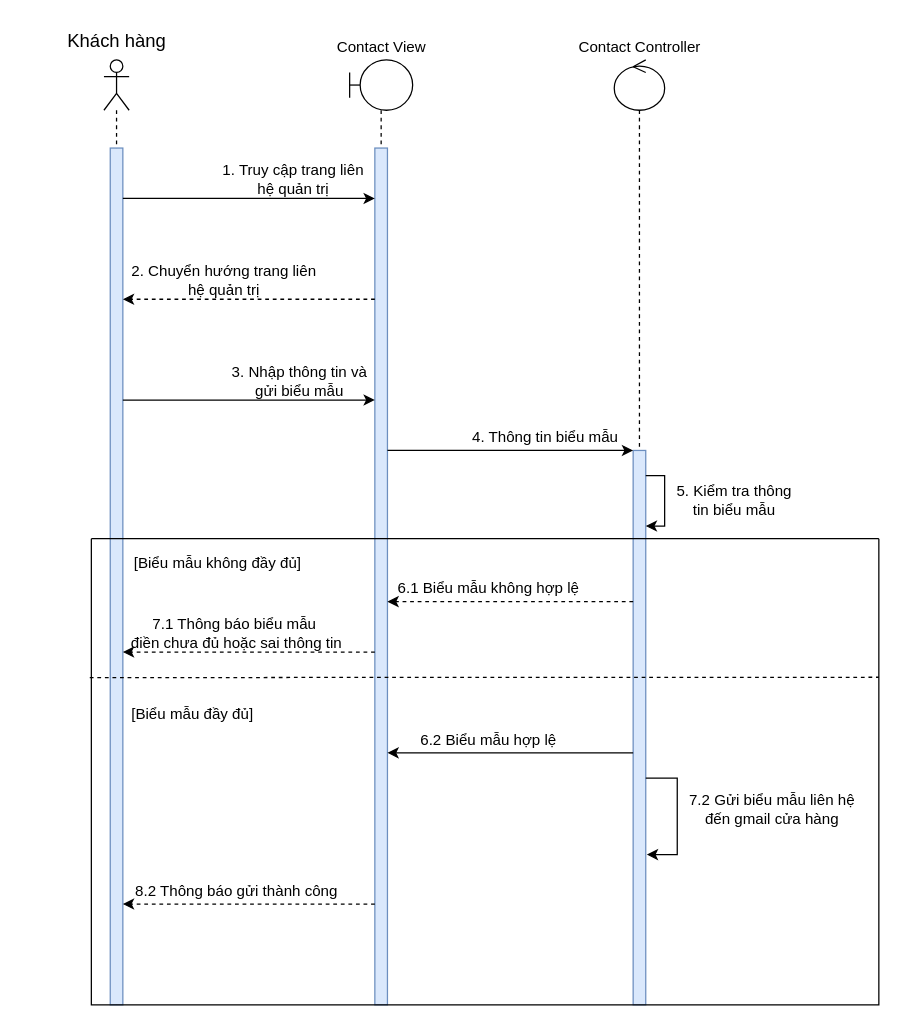
The draw.io diagram Nam3_HK1/CNPM_SoftTech/Sequence Diagrams/Linh Quân/SD_LiênHệQuảnTrị.drawio in EdgarIgnite16/SGU-Course, before the edit. Source tidied: cells renumbered, new cells numbered last; positions are measured from the earlier drawing's top-left corner, leaving out a move shared by most shapes. Both pictures are drawn from the tidied source at 126%, with x=0, y=0 at pixel (59, 21).
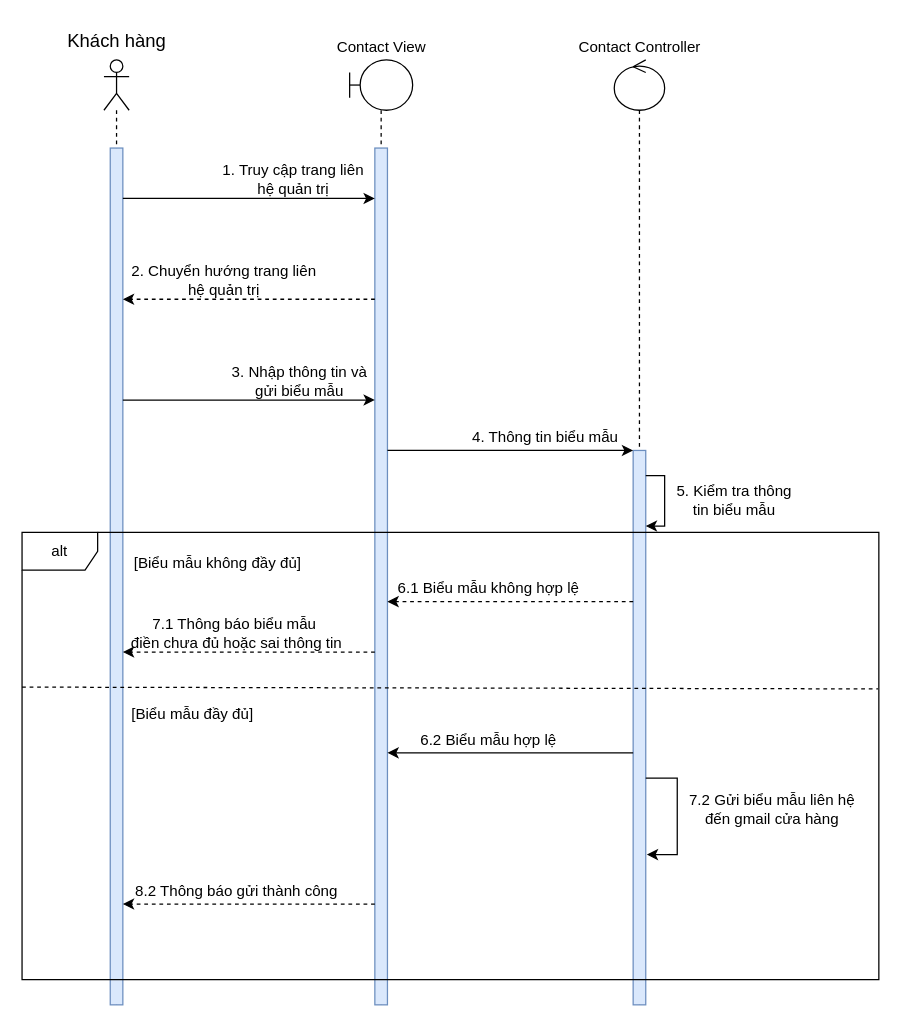
Above is the later version.

The edit, as a diff of the source:
```diff
@@
-    <mxCell id="33" style="swimlane;startSize=0;" parent="1" vertex="1">
-      <mxGeometry x="25" y="410" width="625" height="370" as="geometry" />
-    </mxCell>
-    <mxCell id="34" style="endArrow=none;dashed=1;html=1;rounded=0;exitX=-0.002;exitY=0.298;exitDx=0;exitDy=0;exitPerimeter=0;" parent="1" edge="1" source="33">
-      <mxGeometry relative="1" as="geometry">
-        <mxPoint x="650" y="520" as="targetPoint" />
-      </mxGeometry>
-    </mxCell>
+    <mxCell id="35" value="alt" style="shape=umlFrame;whiteSpace=wrap;html=1;" parent="1" vertex="1">
+      <mxGeometry x="-30" y="405" width="680" height="355" as="geometry" />
+    </mxCell>
+    <mxCell id="36" style="endArrow=none;dashed=1;html=1;rounded=0;exitX=0;exitY=0.346;exitDx=0;exitDy=0;exitPerimeter=0;entryX=0.999;entryY=0.35;entryDx=0;entryDy=0;entryPerimeter=0;" parent="1" edge="1" source="35" target="35">
+      <mxGeometry relative="1" as="geometry" />
+    </mxCell>
```
